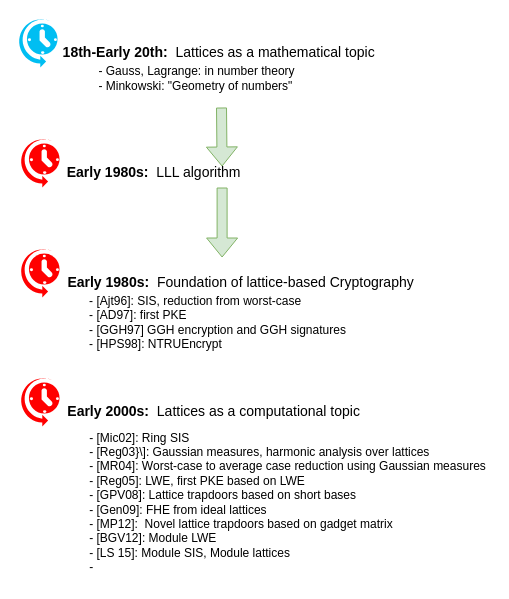
This is History-of-lattice.drawio from huyle84/diagrams, a draw.io file, before an edit. Source tidied: cells renumbered, new cells numbered last; positions are measured from the earlier drawing's top-left corner, leaving out a move shared by most shapes. Both pictures are drawn from the tidied source at 100%, with x=0, y=0 at pixel (17, 17).
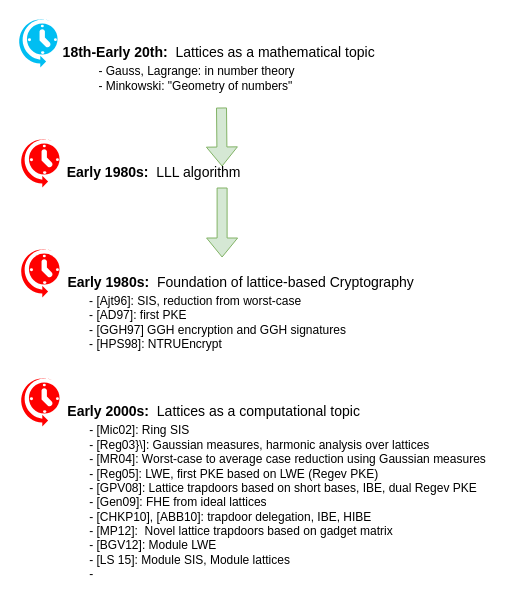
After the change.

What changed in the source:
```diff
@@
 <mxGraphModel>
   <root>
     <mxCell id="0" />
     <mxCell id="1" parent="0" />
     <mxCell id="2" style="verticalLabelPosition=bottom;html=1;verticalAlign=top;align=center;strokeColor=none;fillColor=#00BEF2;shape=mxgraph.azure.scheduler;" parent="1" vertex="1">
       <mxGeometry width="40" height="50" as="geometry" />
     </mxCell>
     <mxCell id="3" value="&lt;font style=&quot;font-size: 14px&quot;&gt;&lt;b&gt;18th-Early 20th:&lt;/b&gt; &amp;nbsp;Lattices as a mathematical topic &amp;nbsp;&lt;/font&gt;" style="text;html=1;align=center;verticalAlign=middle;strokeColor=none;fillColor=none;" parent="1" vertex="1">
       <mxGeometry x="35" y="25" width="340" height="20" as="geometry" />
     </mxCell>
     <mxCell id="4" style="shape=flexArrow;endArrow=classic;html=1;rounded=0;fontSize=14;fillColor=#d5e8d4;strokeColor=#82b366;" parent="1" edge="1">
       <mxGeometry relative="1" as="geometry">
         <mxPoint x="204" y="90" as="sourcePoint" />
         <mxPoint x="204.6" y="149" as="targetPoint" />
       </mxGeometry>
     </mxCell>
     <mxCell id="5" style="verticalLabelPosition=bottom;html=1;verticalAlign=top;align=center;strokeColor=none;fillColor=#FF0000;shape=mxgraph.azure.scheduler;" parent="1" vertex="1">
       <mxGeometry x="2" y="120" width="40" height="50" as="geometry" />
     </mxCell>
     <mxCell id="6" value="&lt;font style=&quot;font-size: 14px&quot;&gt;&lt;b&gt;Early 1980s:&lt;/b&gt; &amp;nbsp;LLL algorithm &amp;nbsp;&lt;/font&gt;" style="text;html=1;align=center;verticalAlign=middle;strokeColor=none;fillColor=none;" parent="1" vertex="1">
       <mxGeometry x="40" y="145" width="200" height="20" as="geometry" />
     </mxCell>
     <mxCell id="7" style="shape=flexArrow;endArrow=classic;html=1;rounded=0;fontSize=14;fillColor=#d5e8d4;strokeColor=#82b366;" parent="1" edge="1">
       <mxGeometry relative="1" as="geometry">
         <mxPoint x="204.6" y="170" as="sourcePoint" />
         <mxPoint x="204.6" y="240" as="targetPoint" />
       </mxGeometry>
     </mxCell>
     <mxCell id="8" style="verticalLabelPosition=bottom;html=1;verticalAlign=top;align=center;strokeColor=none;fillColor=#FF0000;shape=mxgraph.azure.scheduler;" parent="1" vertex="1">
       <mxGeometry x="2" y="230" width="40" height="50" as="geometry" />
     </mxCell>
     <mxCell id="9" value="&lt;font style=&quot;font-size: 14px&quot;&gt;&lt;b&gt;Early 1980s:&lt;/b&gt; &amp;nbsp;Foundation of lattice-based Cryptography&amp;nbsp;&lt;/font&gt;" style="text;html=1;align=center;verticalAlign=middle;strokeColor=none;fillColor=none;" parent="1" vertex="1">
       <mxGeometry x="40" y="255" width="370" height="20" as="geometry" />
     </mxCell>
     <mxCell id="10" value="&lt;font style=&quot;font-size: 12px&quot;&gt;- Gauss, Lagrange: in number theory&lt;br&gt;&lt;div style=&quot;text-align: left&quot;&gt;- Minkowski: &quot;Geometry of numbers&quot;&lt;/div&gt;&lt;/font&gt;" style="text;html=1;align=center;verticalAlign=middle;strokeColor=none;fillColor=none;fontSize=14;" parent="1" vertex="1">
       <mxGeometry x="74" y="40" width="210" height="40" as="geometry" />
     </mxCell>
     <mxCell id="11" value="&lt;div style=&quot;text-align: left&quot;&gt;- [Ajt96]: SIS, reduction from worst-case&lt;/div&gt;&lt;div style=&quot;text-align: left&quot;&gt;- [AD97]: first PKE&lt;/div&gt;&lt;div style=&quot;text-align: left&quot;&gt;- [GGH97] GGH encryption and GGH signatures&lt;/div&gt;&lt;div style=&quot;text-align: left&quot;&gt;- [HPS98]: NTRUEncrypt&lt;/div&gt;" style="text;html=1;align=center;verticalAlign=middle;strokeColor=none;fillColor=none;fontSize=12;" parent="1" vertex="1">
       <mxGeometry x="65" y="275" width="270" height="60" as="geometry" />
     </mxCell>
     <mxCell id="12" style="verticalLabelPosition=bottom;html=1;verticalAlign=top;align=center;strokeColor=none;fillColor=#FF0000;shape=mxgraph.azure.scheduler;" parent="1" vertex="1">
       <mxGeometry x="2" y="359" width="40" height="50" as="geometry" />
     </mxCell>
     <mxCell id="13" value="&lt;font style=&quot;font-size: 14px&quot;&gt;&lt;b&gt;Early 2000s:&lt;/b&gt; &amp;nbsp;Lattices as a computational topic &amp;nbsp;&lt;/font&gt;" style="text;html=1;align=center;verticalAlign=middle;strokeColor=none;fillColor=none;" parent="1" vertex="1">
       <mxGeometry x="40" y="384" width="320" height="20" as="geometry" />
     </mxCell>
-    <mxCell id="14" value="&lt;div style=&quot;text-align: left&quot;&gt;- [Mic02]: Ring SIS&lt;/div&gt;&lt;div style=&quot;text-align: left&quot;&gt;- [Reg03}\]: Gaussian measures, harmonic analysis over lattices&lt;/div&gt;&lt;div style=&quot;text-align: left&quot;&gt;- [MR04]: Worst-case to average case reduction using Gaussian measures&lt;/div&gt;&lt;div style=&quot;text-align: left&quot;&gt;- [Reg05]: LWE, first PKE based on LWE&lt;/div&gt;&lt;div style=&quot;text-align: left&quot;&gt;- [GPV08]: Lattice trapdoors based on short bases&lt;/div&gt;&lt;div style=&quot;text-align: left&quot;&gt;- [Gen09]: FHE from ideal lattices&lt;/div&gt;&lt;div style=&quot;text-align: left&quot;&gt;- [MP12]: &amp;nbsp;Novel lattice trapdoors based on gadget matrix&lt;/div&gt;&lt;div style=&quot;text-align: left&quot;&gt;- [BGV12]: Module LWE&lt;/div&gt;&lt;div style=&quot;text-align: left&quot;&gt;- [LS 15]: Module SIS, Module lattices&lt;/div&gt;&lt;div style=&quot;text-align: left&quot;&gt;-&lt;/div&gt;" style="text;html=1;align=center;verticalAlign=middle;strokeColor=none;fillColor=none;fontSize=12;" parent="1" vertex="1">
-      <mxGeometry x="65" y="410" width="410" height="150" as="geometry" />
+    <mxCell id="14" value="&lt;div style=&quot;text-align: left&quot;&gt;- [Mic02]: Ring SIS&lt;/div&gt;&lt;div style=&quot;text-align: left&quot;&gt;- [Reg03}\]: Gaussian measures, harmonic analysis over lattices&lt;/div&gt;&lt;div style=&quot;text-align: left&quot;&gt;- [MR04]: Worst-case to average case reduction using Gaussian measures&lt;/div&gt;&lt;div style=&quot;text-align: left&quot;&gt;- [Reg05]: LWE, first PKE based on LWE (Regev PKE)&lt;/div&gt;&lt;div style=&quot;text-align: left&quot;&gt;- [GPV08]: Lattice trapdoors based on short bases, IBE, dual Regev PKE&lt;/div&gt;&lt;div style=&quot;text-align: left&quot;&gt;- [Gen09]: FHE from ideal lattices&lt;/div&gt;&lt;div style=&quot;text-align: left&quot;&gt;- [CHKP10], [ABB10]: trapdoor delegation, IBE, HIBE&lt;/div&gt;&lt;div style=&quot;text-align: left&quot;&gt;- [MP12]: &amp;nbsp;Novel lattice trapdoors based on gadget matrix&lt;/div&gt;&lt;div style=&quot;text-align: left&quot;&gt;- [BGV12]: Module LWE&lt;/div&gt;&lt;div style=&quot;text-align: left&quot;&gt;- [LS 15]: Module SIS, Module lattices&lt;/div&gt;&lt;div style=&quot;text-align: left&quot;&gt;-&lt;/div&gt;" style="text;html=1;align=center;verticalAlign=middle;strokeColor=none;fillColor=none;fontSize=12;" parent="1" vertex="1">
+      <mxGeometry x="65" y="405" width="410" height="160" as="geometry" />
     </mxCell>
   </root>
 </mxGraphModel>
```
